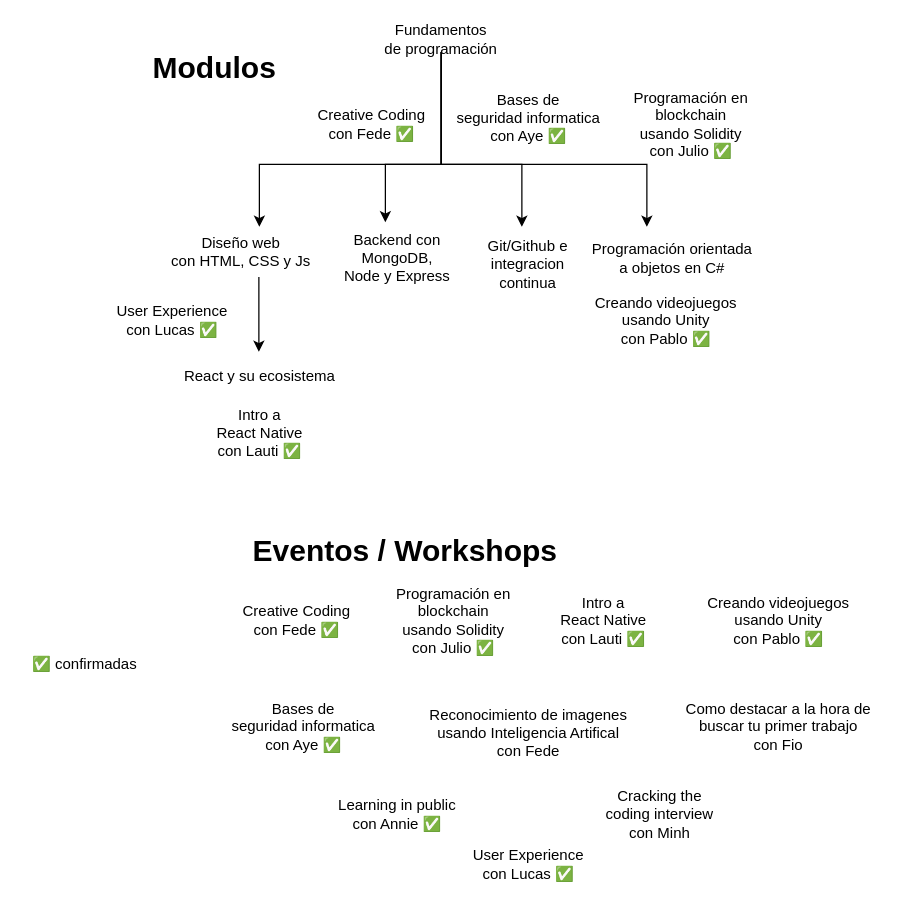
Earlier version of the draw.io diagram diagram.drawio (coderhood-dev/academy). Source tidied: cells renumbered, new cells numbered last; positions are measured from the earlier drawing's top-left corner, leaving out a move shared by most shapes. Both pictures are drawn from the tidied source at 125%, with x=0, y=0 at pixel (21, 26).
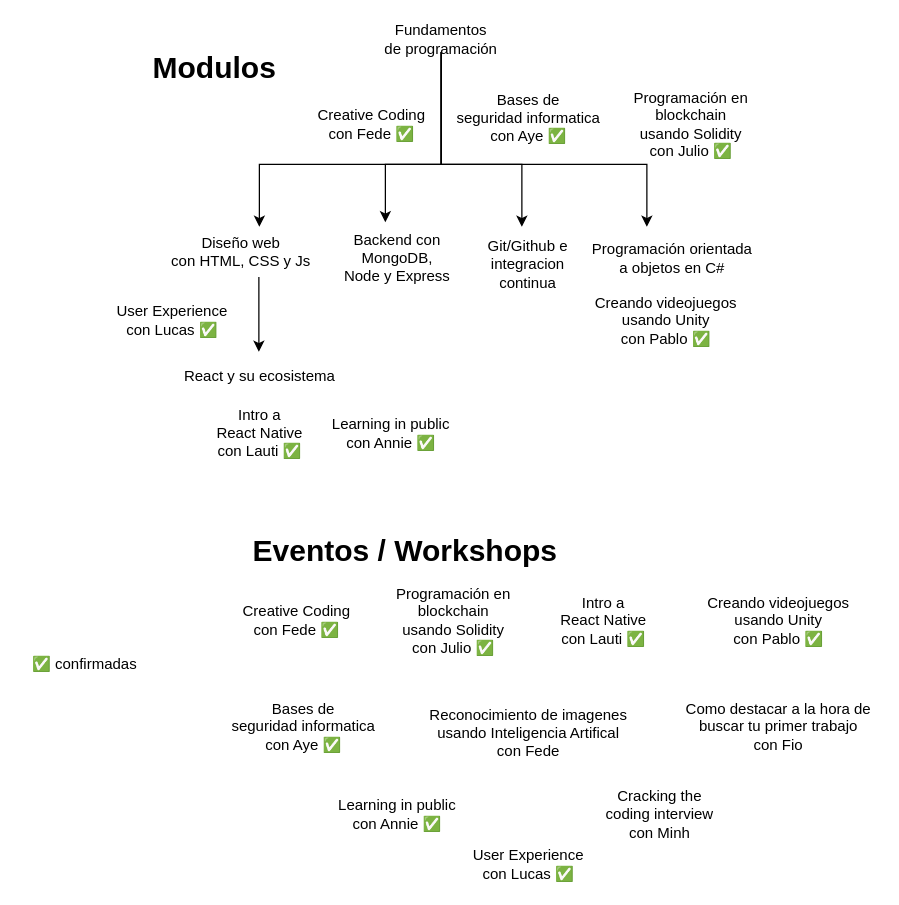
The same page after the edit.

Change to the diagram source:
```diff
@@
+    <mxCell id="32" value="Learning in public&lt;br&gt;con Annie ✅" style="text;html=1;align=center;verticalAlign=middle;strokeColor=none;" parent="1" vertex="1">
+      <mxGeometry x="240" y="310" width="110" height="30" as="geometry" />
+    </mxCell>
```
